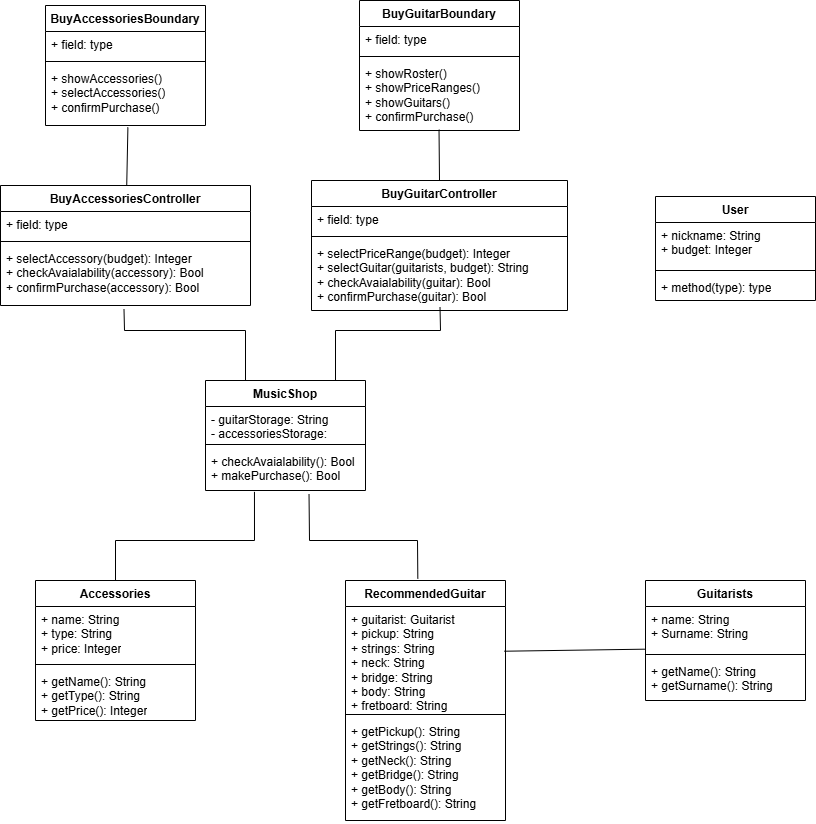
Above: diagrams/BCEM.drawio.png in TizianoLilli/ISPW-Project (draw.io), before the change. Source tidied: cells renumbered, new cells last; positions are measured from the earlier drawing's top-left corner, leaving out a move shared by most shapes.
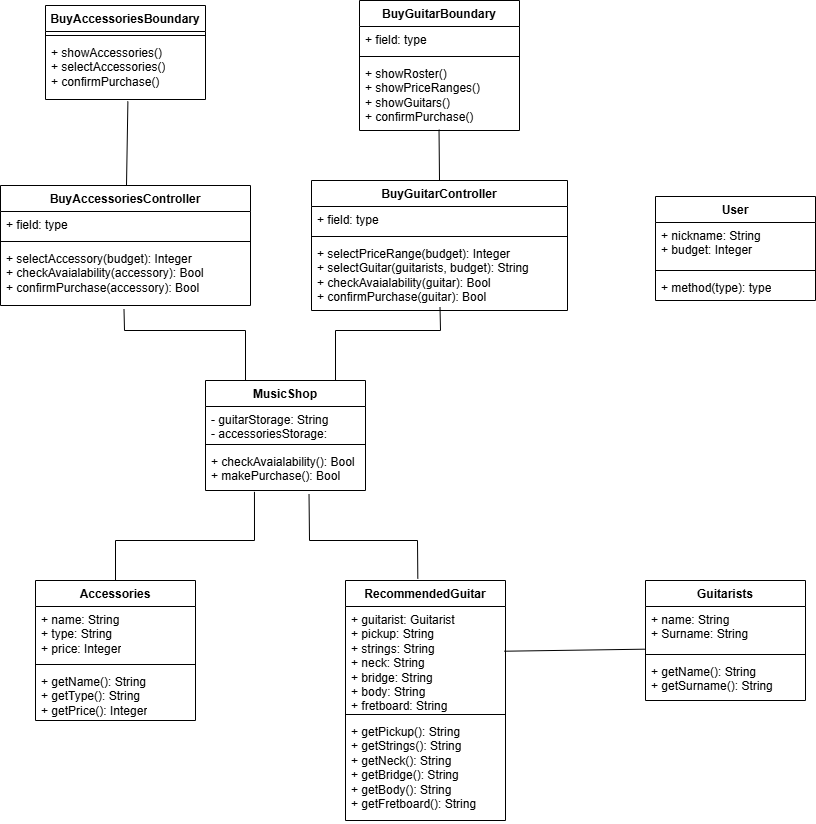
After the commit.

Diff of the diagram source:
```diff
@@ -105,16 +105,13 @@
       <mxGeometry y="60" width="250" height="60" as="geometry" />
     </mxCell>
     <mxCell id="36" value="BuyAccessoriesBoundary" style="swimlane;fontStyle=1;align=center;verticalAlign=top;horizontal=1;startSize=26;whiteSpace=wrap;html=1;" parent="1" vertex="1">
-      <mxGeometry x="45" y="5" width="160" height="120" as="geometry" />
+      <mxGeometry x="45" y="5" width="160" height="94" as="geometry" />
     </mxCell>
-    <mxCell id="37" value="+ field: type" style="text;strokeColor=none;fillColor=none;align=left;verticalAlign=top;spacingLeft=4;spacingRight=4;overflow=hidden;whiteSpace=wrap;html=1;" parent="36" vertex="1">
-      <mxGeometry y="26" width="160" height="26" as="geometry" />
-    </mxCell>
     <mxCell id="38" style="line;strokeWidth=1;fillColor=none;align=left;verticalAlign=middle;spacingTop=-1;spacingLeft=3;spacingRight=3;labelPosition=right;strokeColor=inherit;" parent="36" vertex="1">
-      <mxGeometry y="52" width="160" height="8" as="geometry" />
+      <mxGeometry y="26" width="160" height="8" as="geometry" />
     </mxCell>
     <mxCell id="39" value="+ showAccessories()&lt;div&gt;+ selectAccessories()&lt;/div&gt;&lt;div&gt;+ confirmPurchase()&lt;/div&gt;" style="text;strokeColor=none;fillColor=none;align=left;verticalAlign=top;spacingLeft=4;spacingRight=4;overflow=hidden;points=[[0,0.5],[1,0.5]];portConstraint=eastwest;whiteSpace=wrap;html=1;" parent="36" vertex="1">
-      <mxGeometry y="60" width="160" height="60" as="geometry" />
+      <mxGeometry y="34" width="160" height="60" as="geometry" />
     </mxCell>
     <mxCell id="40" style="endArrow=none;html=1;rounded=0;entryX=0.502;entryY=0.95;entryDx=0;entryDy=0;entryPerimeter=0;" parent="1" edge="1" target="17">
       <mxGeometry relative="1" as="geometry">
```
